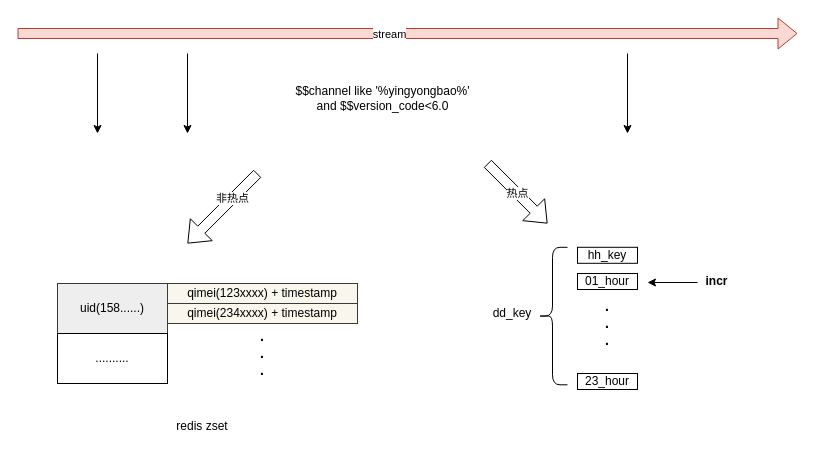
Before: velocity_stream.drawio in learn2Pro/draw_io_save, a draw.io diagram. Source tidied: cells renumbered, new cells numbered last; positions are measured from the earlier drawing's top-left corner, leaving out a move shared by most shapes. Both pictures are drawn from the tidied source at 100%, with x=0, y=0 at pixel (17, 33).
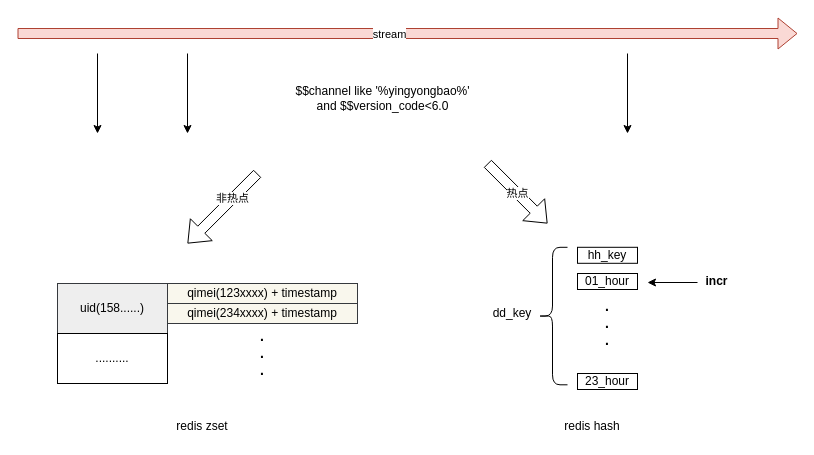
The same diagram, later.

Diff of the diagram source:
```diff
@@
+    <mxCell id="25" value="redis hash" style="text;html=1;strokeColor=none;fillColor=none;align=center;verticalAlign=middle;whiteSpace=wrap;rounded=0;" parent="1" vertex="1">
+      <mxGeometry x="540" y="380" width="70" height="25" as="geometry" />
+    </mxCell>
```
